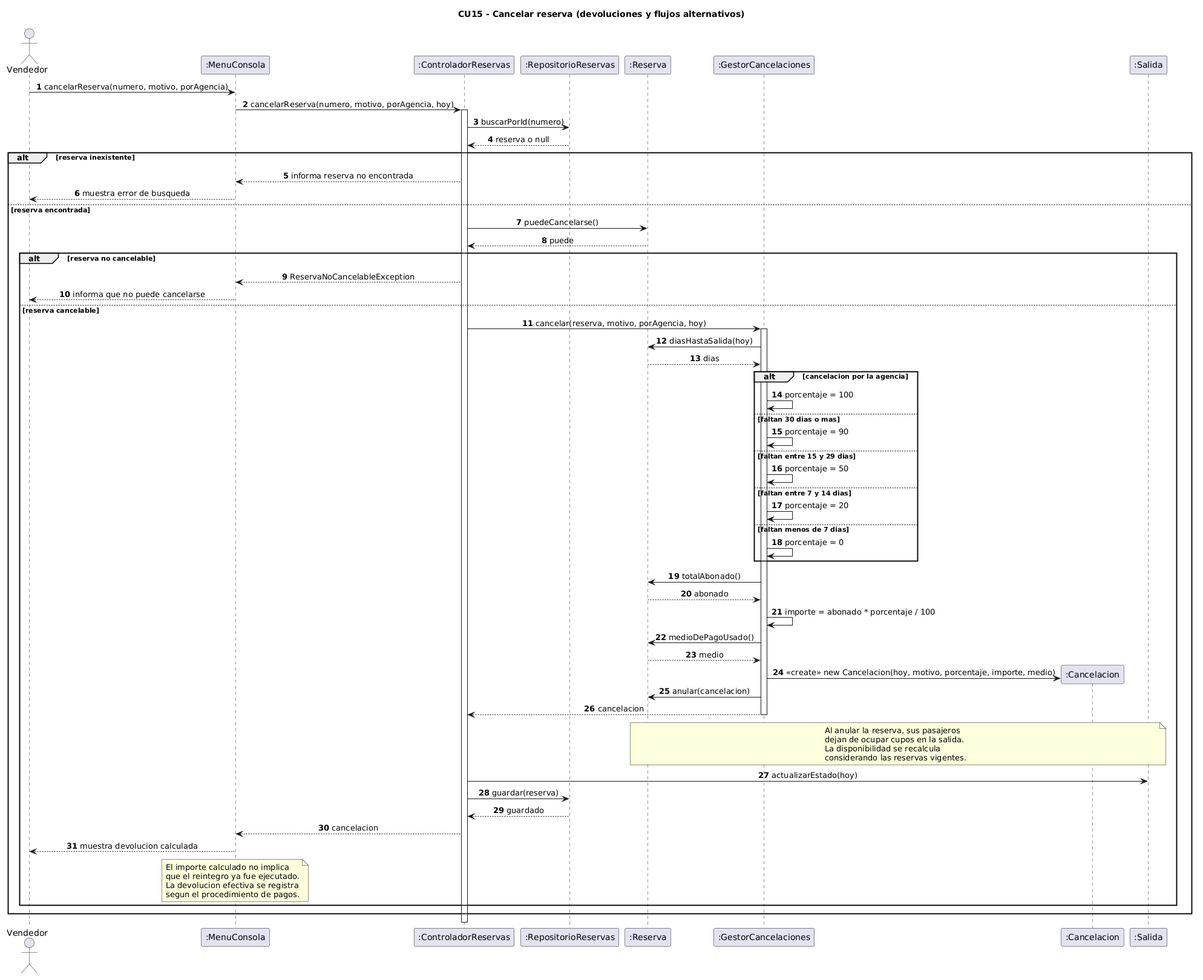
Above: docs/uml/03-secuencia-cancelar-reserva.png in CarlosDanielOK/Avion (PlantUML), before the change.
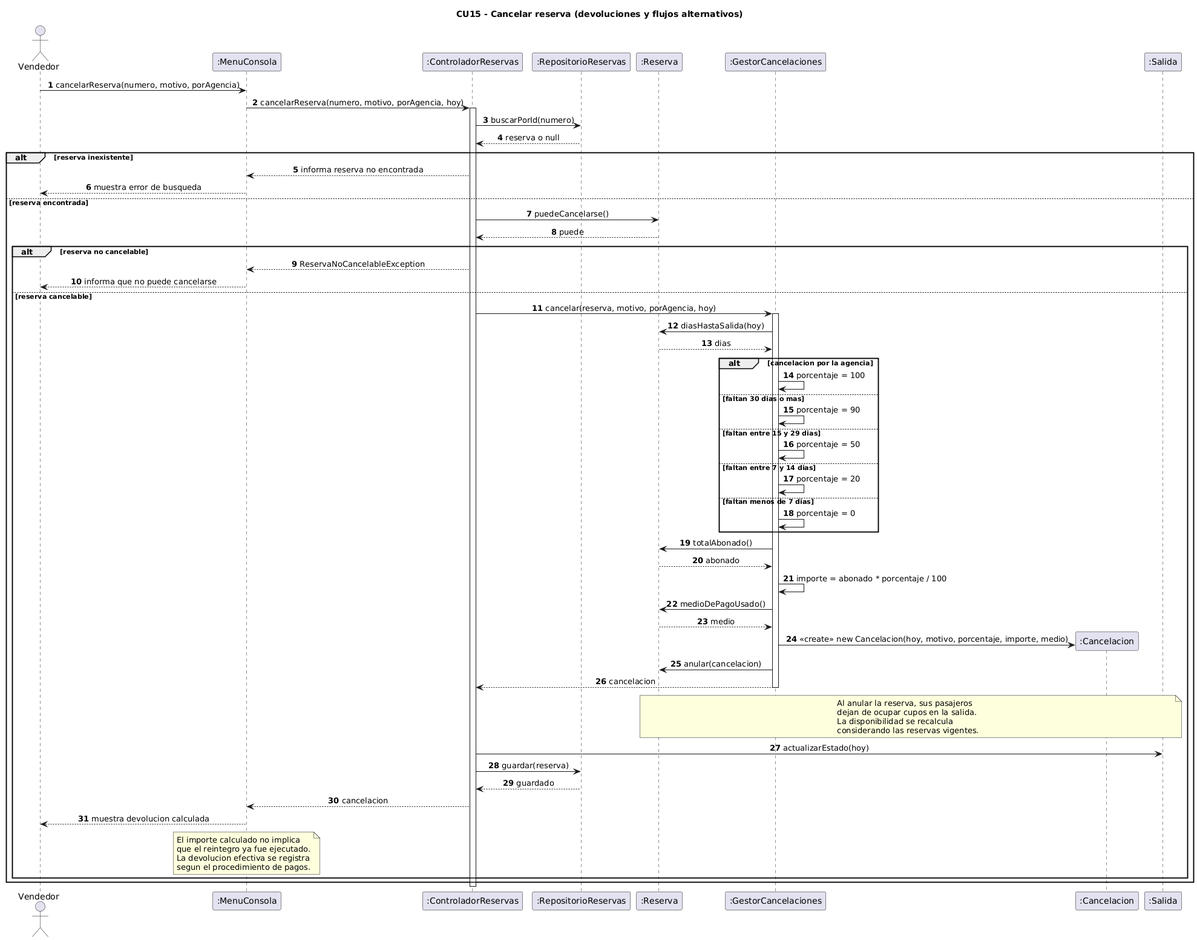
After the change.

The edit, as a diff of the source:
```diff
@@ -1,4 +1,4 @@
-@startuml
+@startuml 03-secuencia-cancelar-reserva
 title CU15 - Cancelar reserva (devoluciones y flujos alternativos)
 
 skinparam shadowing false
```
